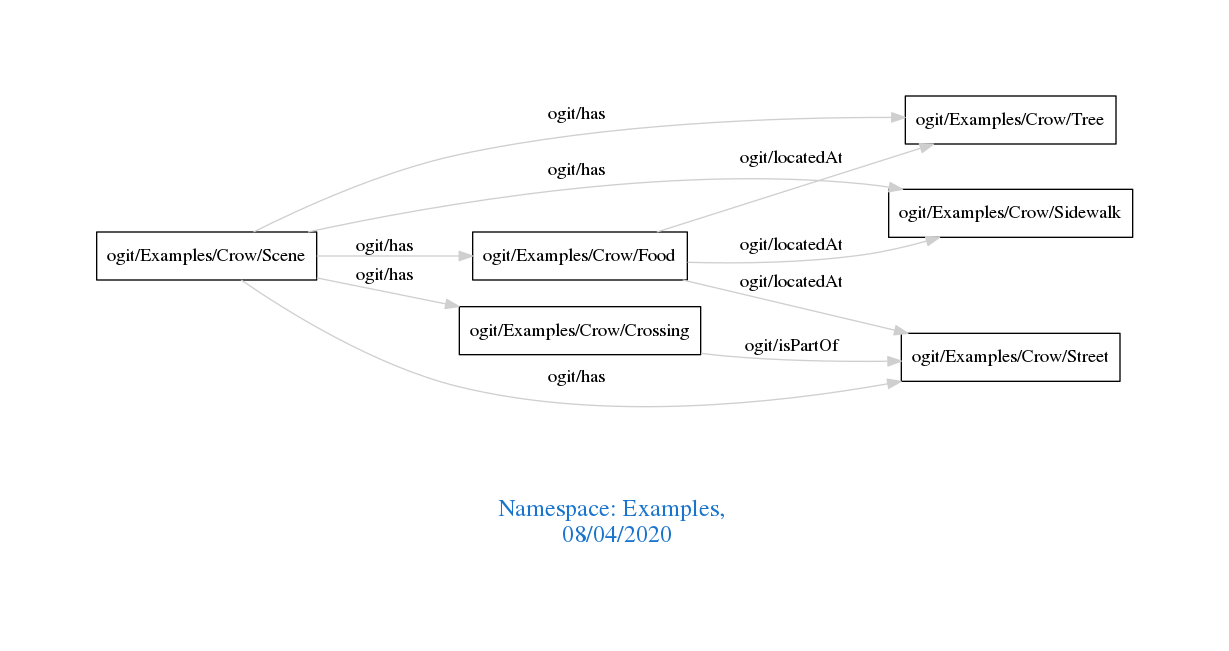
Before: downloads/Examples.png, a diagram exported from Graphviz (arago/OGIT). Its source is kept beside it as downloads/Examples.dot.
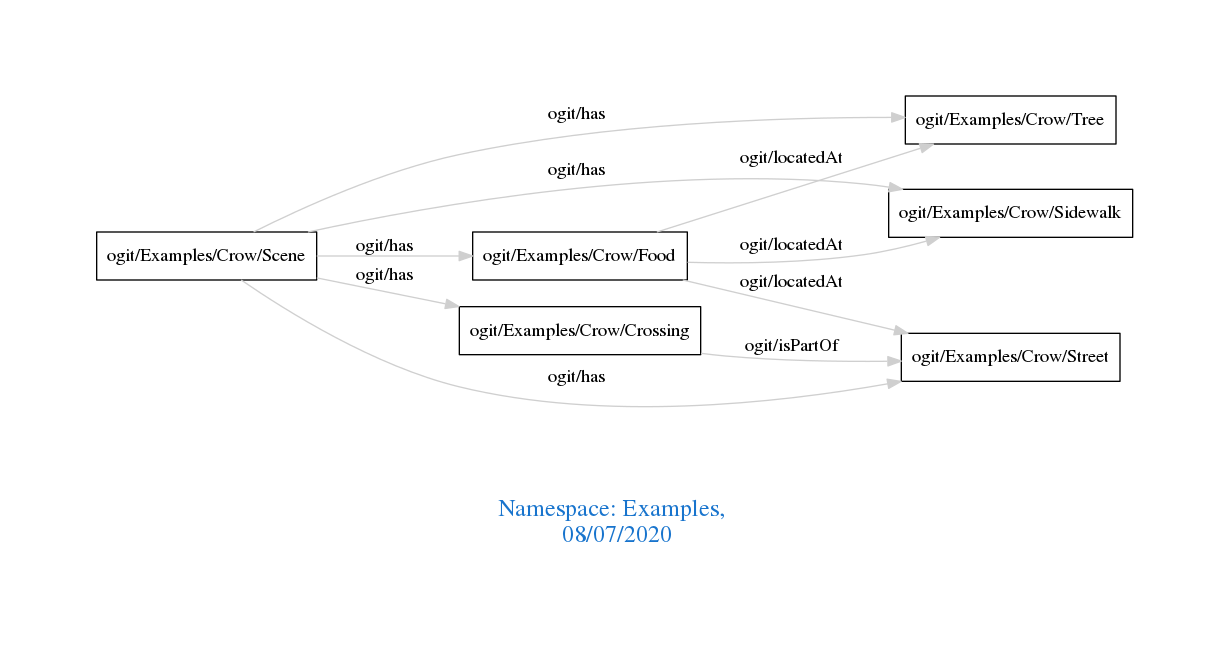
After the commit.

What changed in the source:
```diff
@@ -1,7 +1,7 @@
 digraph OGIT_ontology {
  graph [ rankdir= LR,pad=1
 fontsize = 18,
-fontcolor= dodgerblue3,label = "\n\n\nNamespace: Examples, \n 08/04/2020"];
+fontcolor= dodgerblue3,label = "\n\n\nNamespace: Examples, \n 08/07/2020"];
 node[shape=polygon];
 edge [  color="gray81"];
 
```
